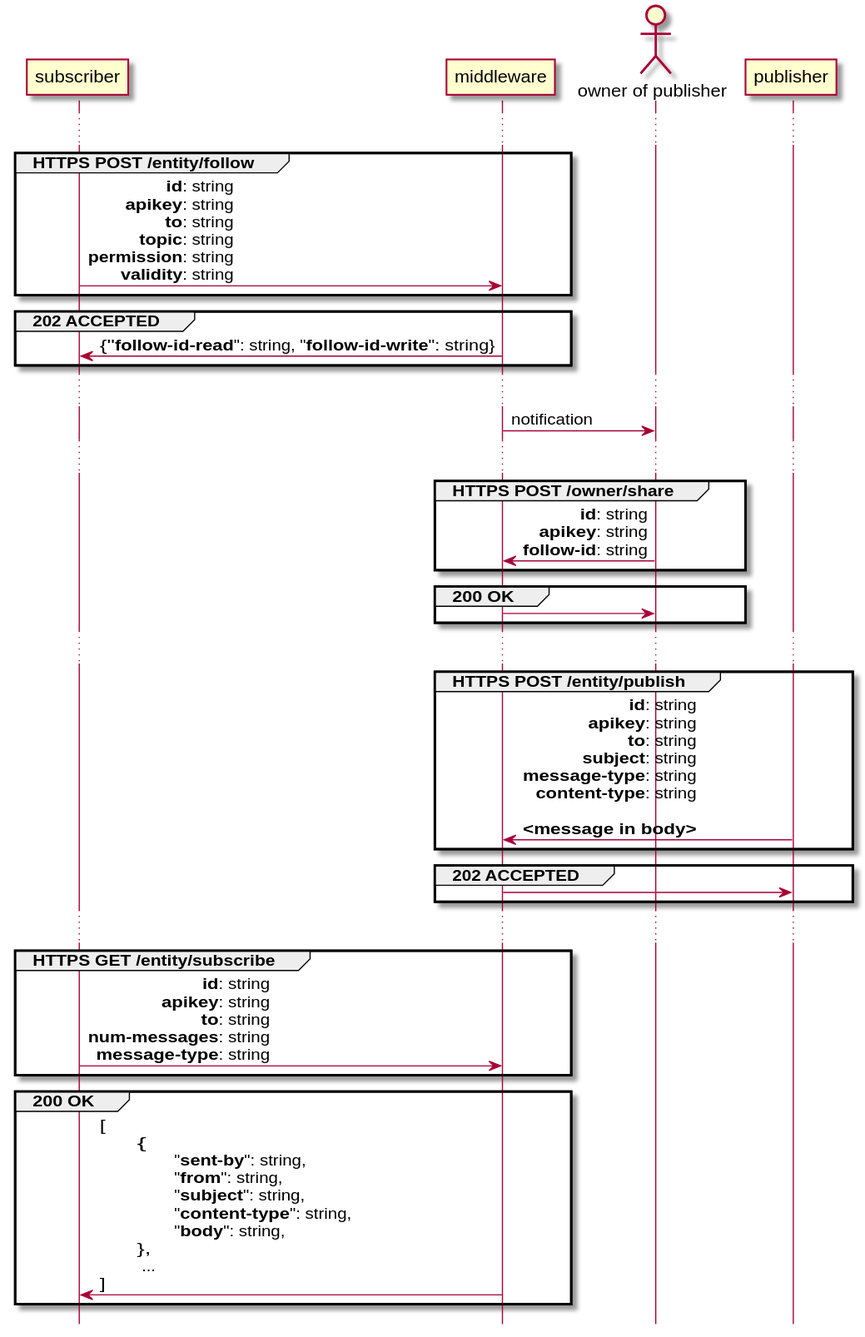
rbccps-iisc/corinthian keeps this PlantUML diagram as DOCS/publish.svg. Above is the earlier version.
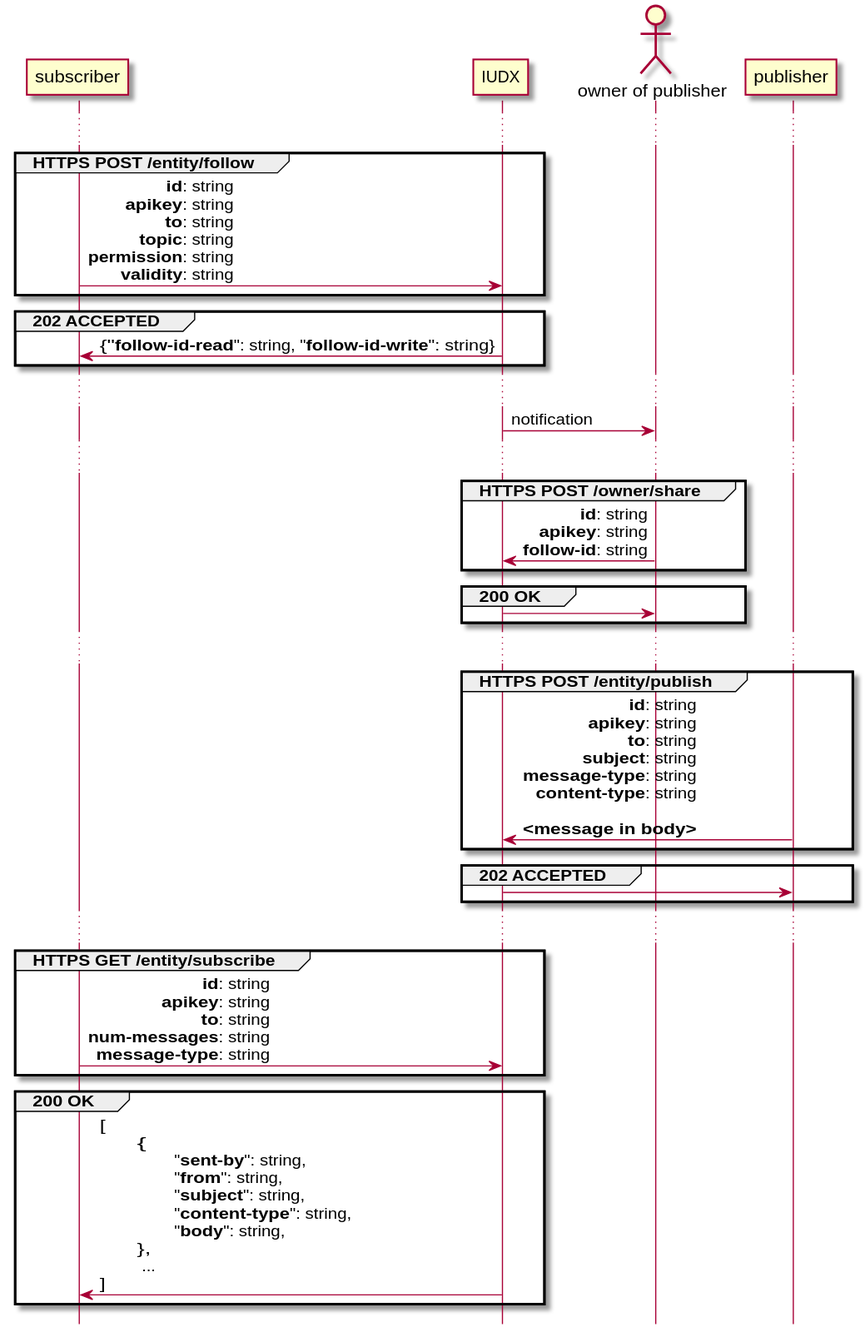
The same diagram one commit later.

Commit message:
[skip travis] rename middleware with IUDX

The edit, as a diff of the source:
```diff
@@ -5,11 +5,11 @@
 
 ...
 group HTTPS POST /entity/follow
-subscriber -> middleware: **id**: string\r**apikey**: string\r**to**: string\r**topic**: string\r**permission**: string\r**validity**: string
+subscriber -> IUDX: **id**: string\r**apikey**: string\r**to**: string\r**topic**: string\r**permission**: string\r**validity**: string
 end
 
 group 202 ACCEPTED
-middleware -> subscriber: {"**follow-id-read**": string, "**follow-id-write**": string}
+IUDX -> subscriber: {"**follow-id-read**": string, "**follow-id-write**": string}
 end
 
 ...
@@ -20,35 +20,35 @@
 
 
 
-middleware -> "owner of publisher" : notification
+IUDX -> "owner of publisher" : notification
 
 ...
 
 group HTTPS POST /owner/share
-"owner of publisher" -> middleware : **id**: string\r**apikey**: string\r**follow-id**: string
+"owner of publisher" -> IUDX : **id**: string\r**apikey**: string\r**follow-id**: string
 end
 
 group 200 OK
-middleware -> "owner of publisher"
+IUDX -> "owner of publisher"
 end
 
 ...
 
 group HTTPS POST /entity/publish
-publisher -> middleware: **id**: string\r**apikey**: string\r**to**: string\r**subject**: string\r**message-type**: string\r**content-type**: string\r\r**<message in body>**
+publisher -> IUDX: **id**: string\r**apikey**: string\r**to**: string\r**subject**: string\r**message-type**: string\r**content-type**: string\r\r**<message in body>**
 end
 
 group 202 ACCEPTED
-middleware -> publisher:
+IUDX -> publisher:
 end
 
 ...
 group HTTPS GET /entity/subscribe
 
-subscriber -> middleware: **id**: string\r**apikey**: string\r**to**: string\r**num-messages**: string\r**message-type**: string
+subscriber -> IUDX: **id**: string\r**apikey**: string\r**to**: string\r**num-messages**: string\r**message-type**: string
 end
 
 group 200 OK
-middleware -> subscriber: [\l\t{\t\r\t\t"**sent-by**": string,\r\t\t"**from**": string,\r\t\t"**subject**": string,\r\t\t"**content-type**": string,\r\t\t"**body**": string,\r\t},\l\t ...\l]
+IUDX -> subscriber: [\l\t{\t\r\t\t"**sent-by**": string,\r\t\t"**from**": string,\r\t\t"**subject**": string,\r\t\t"**content-type**": string,\r\t\t"**body**": string,\r\t},\l\t ...\l]
 end
 @enduml
```
